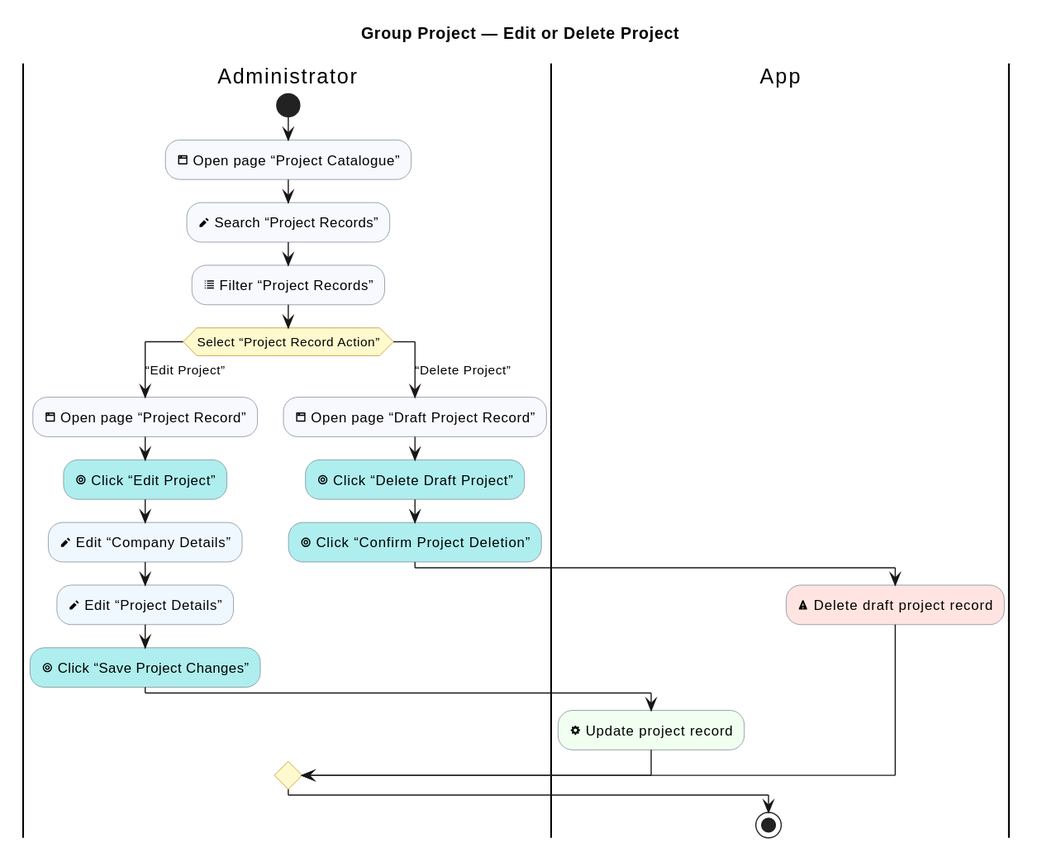
Above: industrial-placement-group-project/diagrams/group-project/project-maintenance.svg in sdflkjssl/sdflkjssl.github.io (PlantUML), before the change.
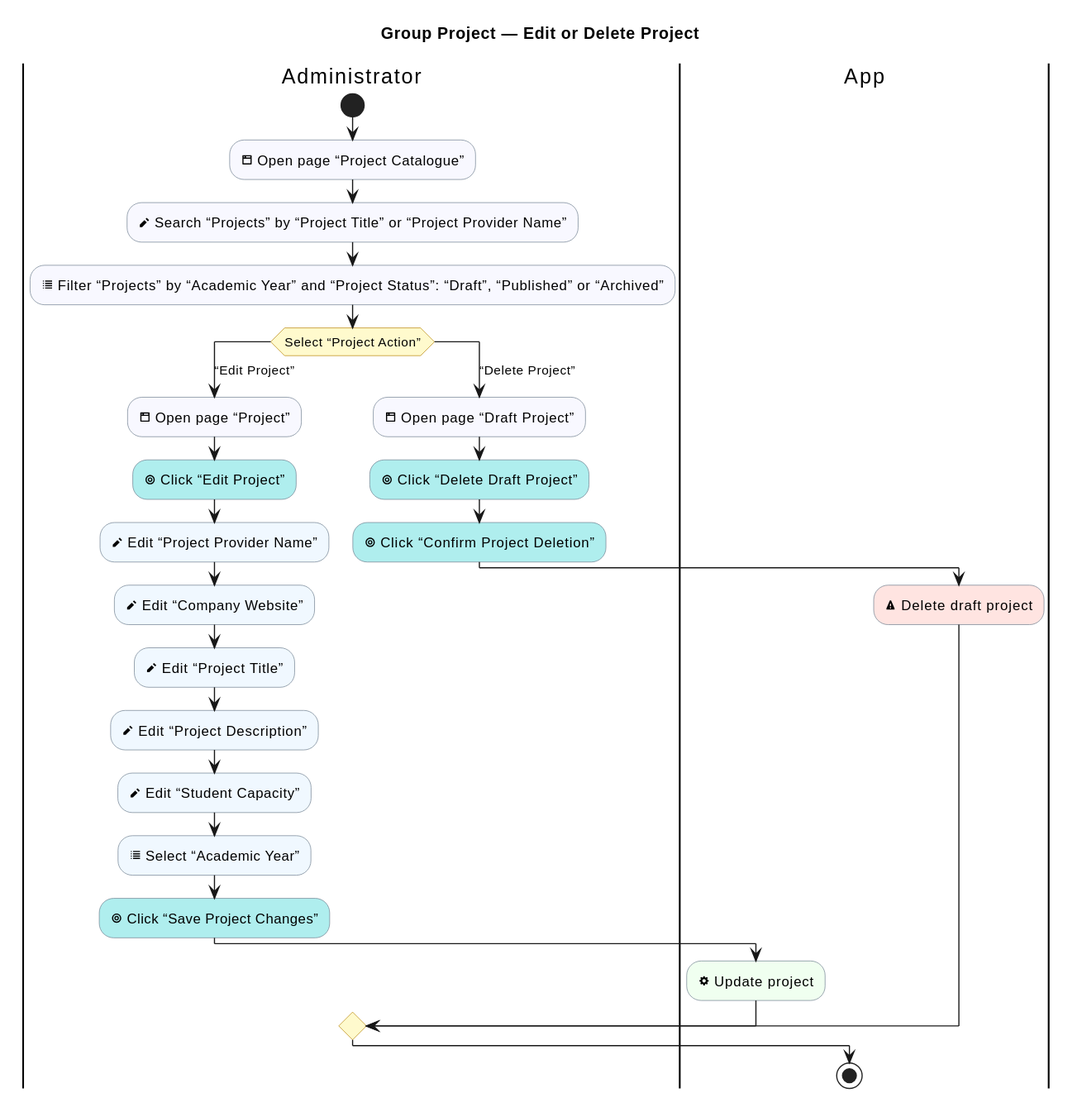
After the change.

The edit, as a diff of the source:
```diff
@@ -13,25 +13,29 @@
 |Administrator|
 start
 :<&browser> Open page “Project Catalogue”; <<#GhostWhite>>
-  :<&pencil> Search “Project Records”; <<#GhostWhite>>
-  :<&list> Filter “Project Records”; <<#GhostWhite>>
-  switch (Select “Project Record Action”)
+  :<&pencil> Search “Projects” by “Project Title” or “Project Provider Name”; <<#GhostWhite>>
+  :<&list> Filter “Projects” by “Academic Year” and “Project Status”: “Draft”, “Published” or “Archived”; <<#GhostWhite>>
+  switch (Select “Project Action”)
   case (“Edit Project”)
     |Administrator|
-    :<&browser> Open page “Project Record”; <<#GhostWhite>>
+    :<&browser> Open page “Project”; <<#GhostWhite>>
     :<&target> Click “Edit Project”; <<#PaleTurquoise>>
-    :<&pencil> Edit “Company Details”; <<#AliceBlue>>
-    :<&pencil> Edit “Project Details”; <<#AliceBlue>>
+    :<&pencil> Edit “Project Provider Name”; <<#AliceBlue>>
+    :<&pencil> Edit “Company Website”; <<#AliceBlue>>
+    :<&pencil> Edit “Project Title”; <<#AliceBlue>>
+    :<&pencil> Edit “Project Description”; <<#AliceBlue>>
+    :<&pencil> Edit “Student Capacity”; <<#AliceBlue>>
+    :<&list> Select “Academic Year”; <<#AliceBlue>>
     :<&target> Click “Save Project Changes”; <<#PaleTurquoise>>
     |App|
-    :<&cog> Update project record; <<#HoneyDew>>
+    :<&cog> Update project; <<#HoneyDew>>
   case (“Delete Project”)
     |Administrator|
-    :<&browser> Open page “Draft Project Record”; <<#GhostWhite>>
+    :<&browser> Open page “Draft Project”; <<#GhostWhite>>
     :<&target> Click “Delete Draft Project”; <<#PaleTurquoise>>
     :<&target> Click “Confirm Project Deletion”; <<#PaleTurquoise>>
     |App|
-    :<&warning> Delete draft project record; <<#MistyRose>>
+    :<&warning> Delete draft project; <<#MistyRose>>
   endswitch
 stop
 @enduml
```
